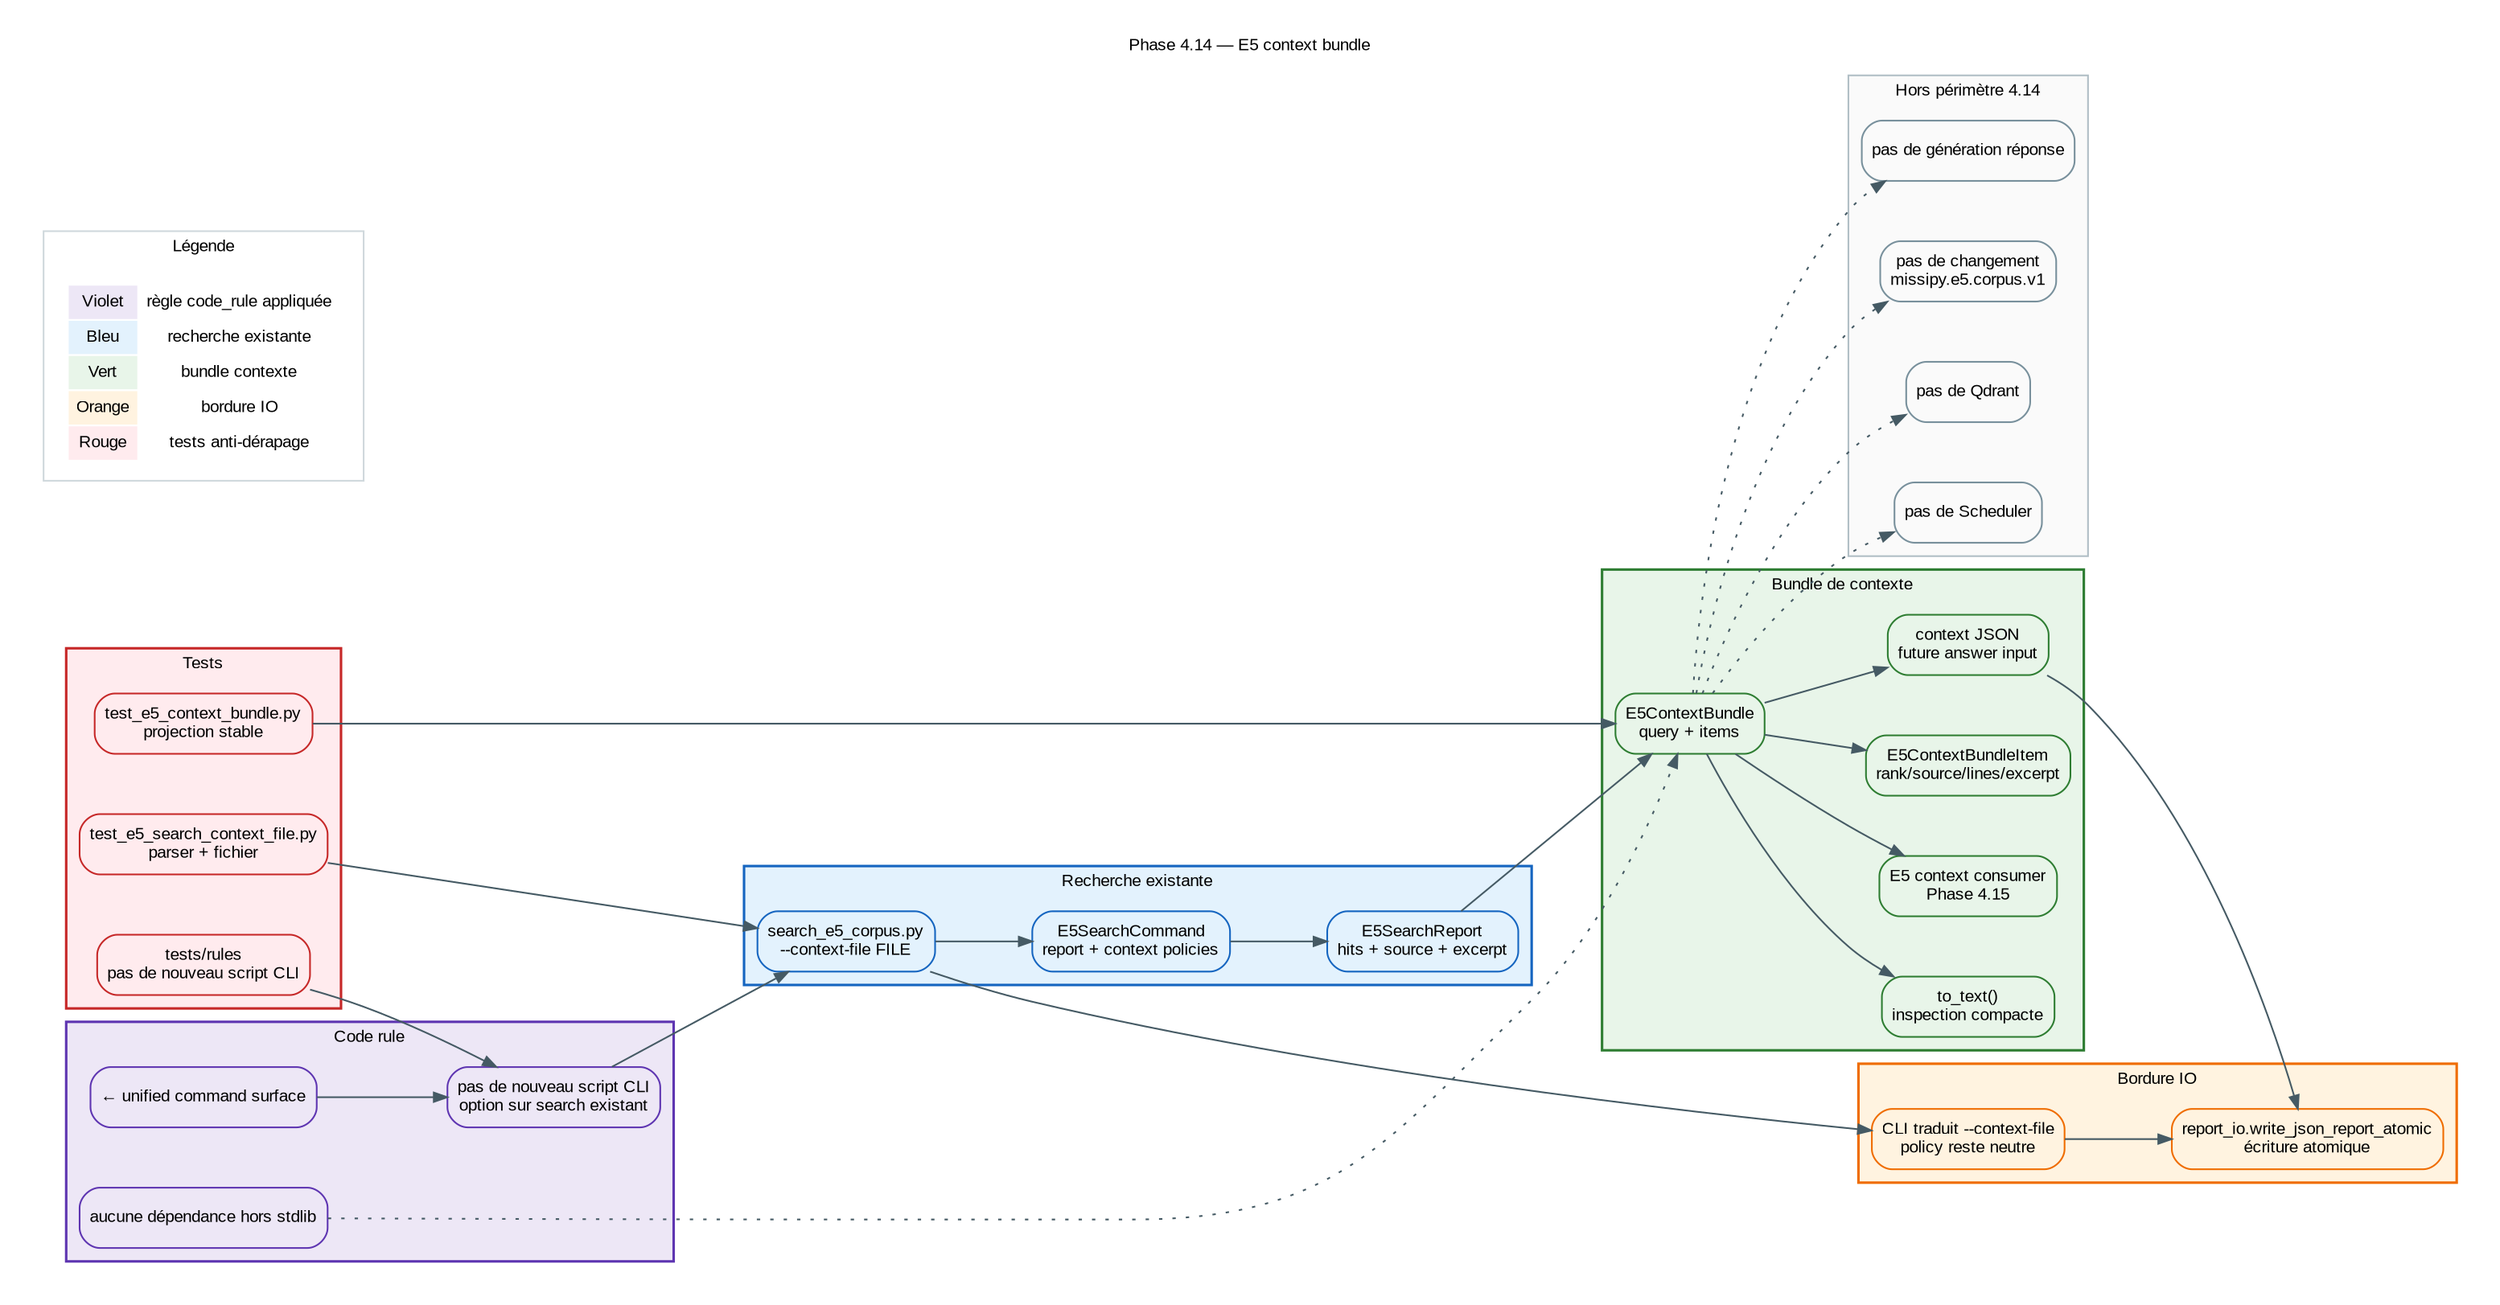
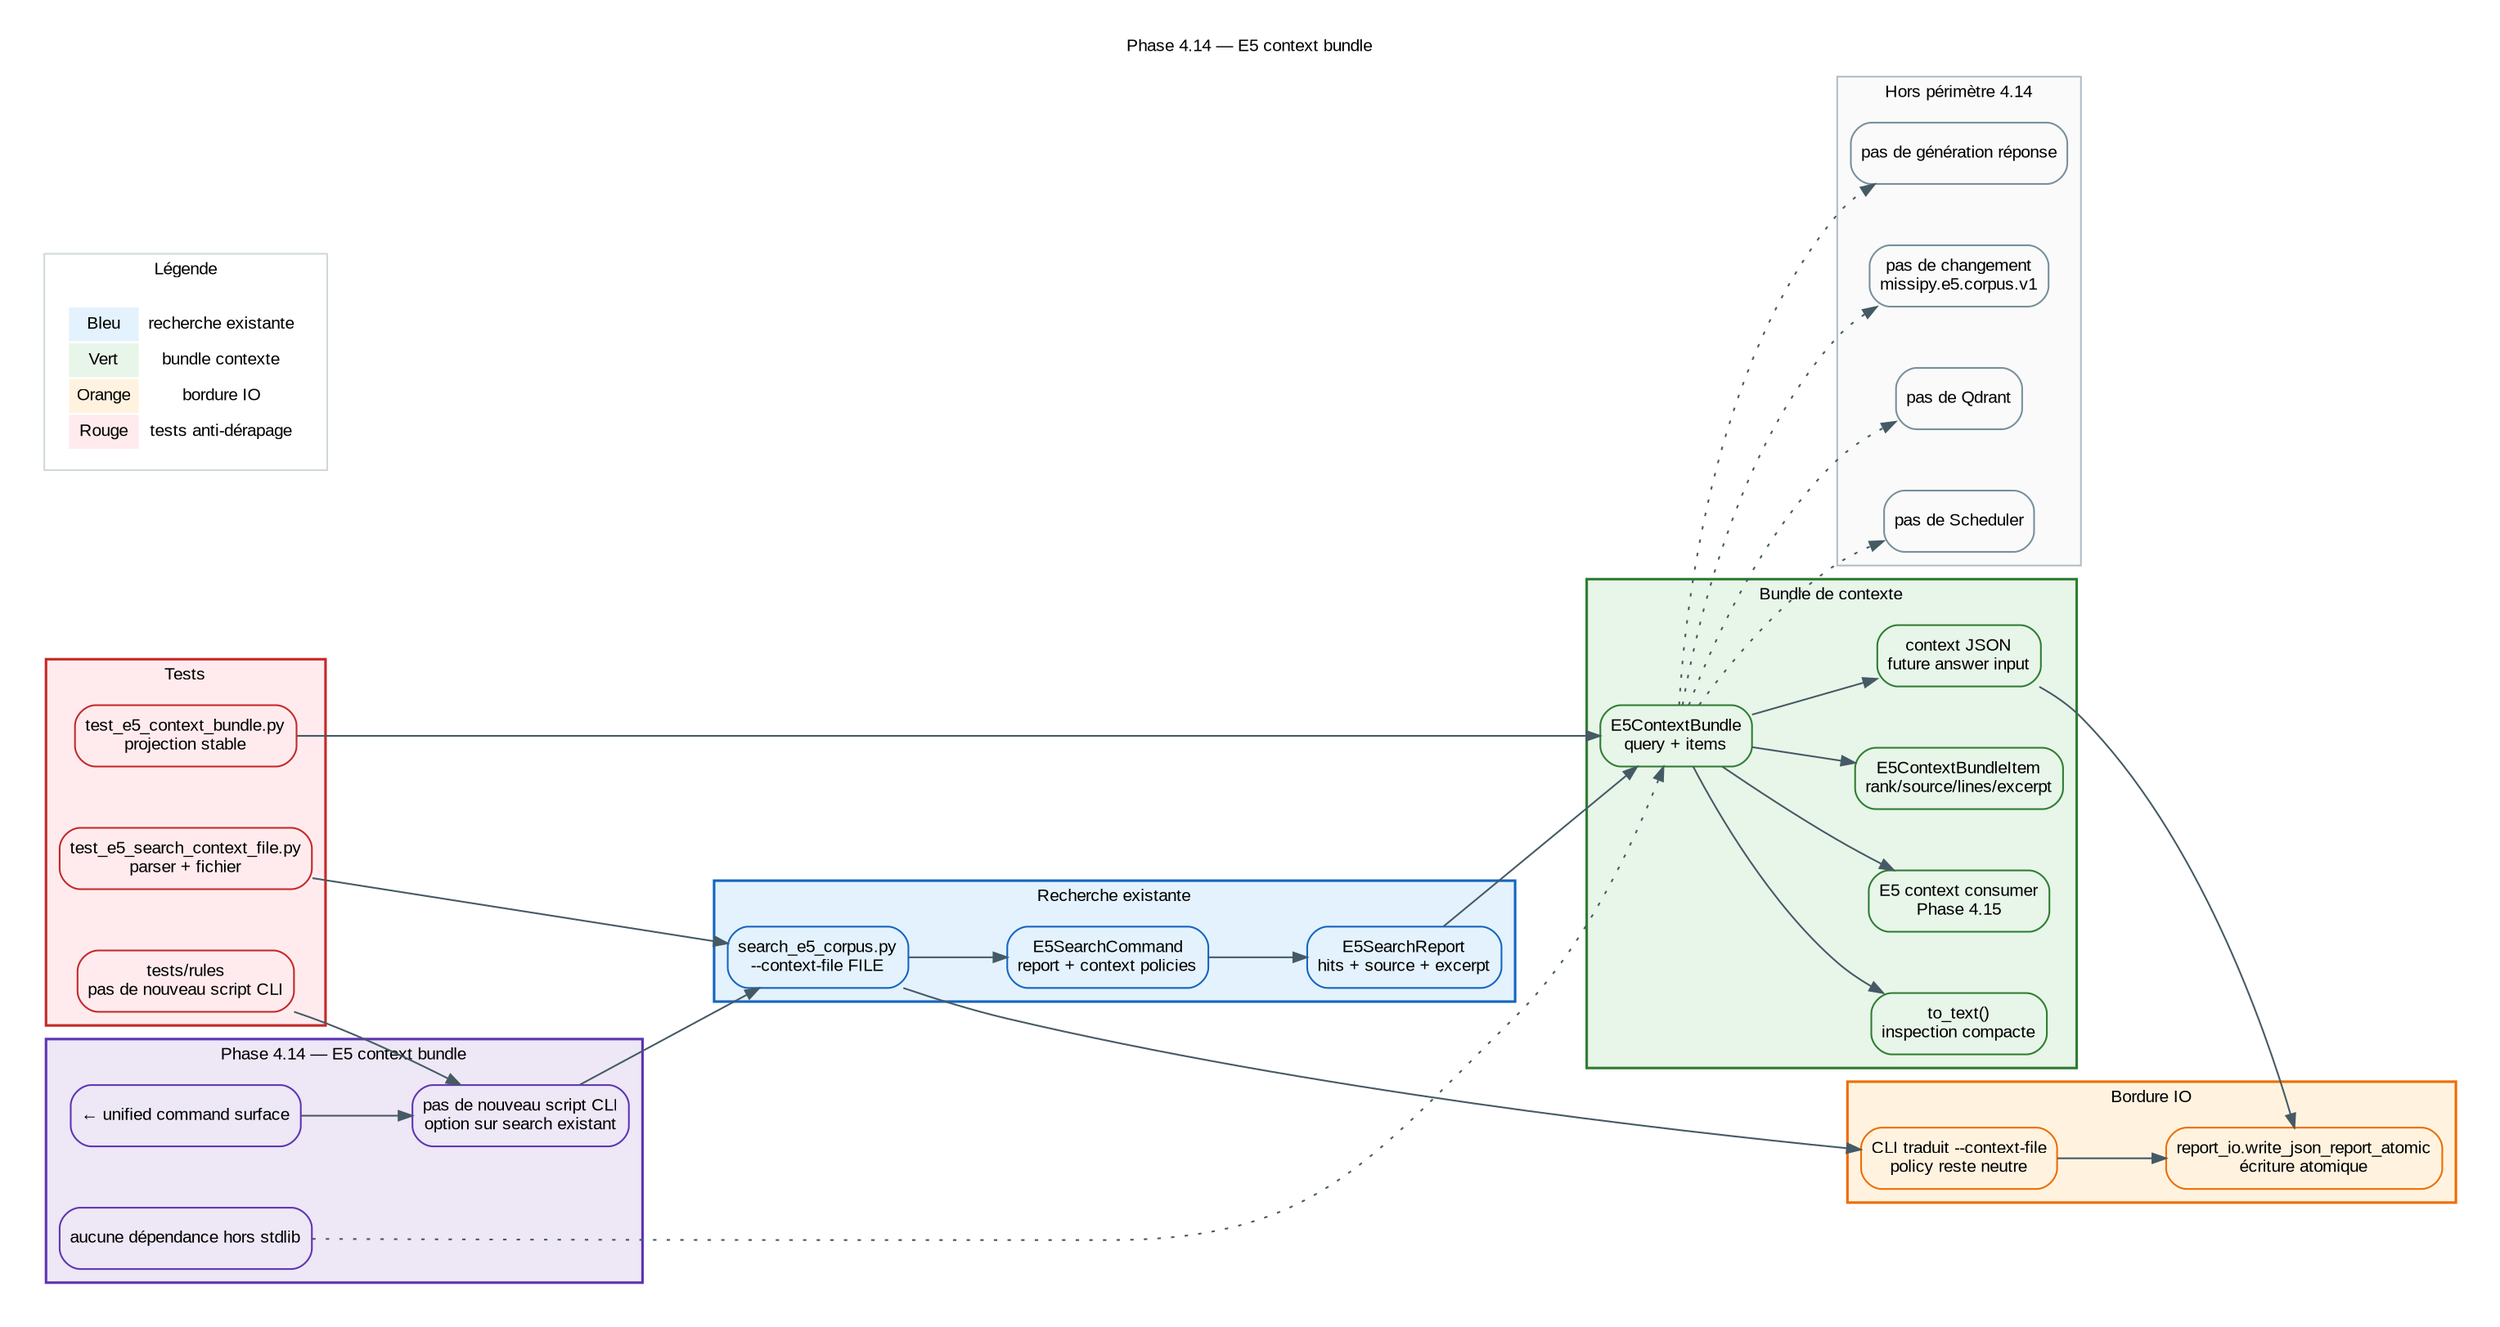
digraph E5ContextBundle {
  // ROADMAP_ID: inference.e5_context_bundle
  // ROADMAP_PARENT: inference/67_e5_unified_command_surface.dot
  // ROADMAP_NOTE[phase4_14]:
  // Produit un bundle de contexte JSON depuis les hits search E5, sans nouveau script CLI et sans backend supplémentaire.

  rankdir=LR;
  graph [
    fontname="Arial",
    fontsize=10,
    labelloc="t",
    label="Phase 4.14 — E5 context bundle",
    bgcolor="white",
    pad=0.25,
    nodesep=0.5,
    ranksep=0.8
  ];
  node [shape=box, style="filled,rounded", fontname="Arial", fontsize=10, margin="0.09,0.06"];
  edge [fontname="Arial", fontsize=9, color="#455a64", arrowsize=0.8];

  subgraph cluster_rule {
-     label="Code rule";
    color="#5e35b1";
    bgcolor="#ede7f6";
    penwidth=1.5;
    node [fillcolor="#ede7f6", color="#5e35b1"];
    Parent [label="← unified command surface", URL="67_e5_unified_command_surface.svg"];
    NoNewScript [label="pas de nouveau script CLI\noption sur search existant"];
    NoDeps [label="aucune dépendance hors stdlib"];
  }

  subgraph cluster_search {
    label="Recherche existante";
    color="#1565c0";
    bgcolor="#e3f2fd";
    penwidth=1.5;
    node [fillcolor="#e3f2fd", color="#1565c0"];
    SearchCli [label="search_e5_corpus.py\n--context-file FILE", URL="65_e5_search_report_file.svg"];
    SearchCommand [label="E5SearchCommand\nreport + context policies"];
    SearchReport [label="E5SearchReport\nhits + source + excerpt", URL="52_e5_search_report.svg"];
  }

  subgraph cluster_context {
    label="Bundle de contexte";
    color="#2e7d32";
    bgcolor="#e8f5e9";
    penwidth=1.5;
    node [fillcolor="#e8f5e9", color="#2e7d32"];
    Bundle [label="E5ContextBundle\nquery + items"];
    Item [label="E5ContextBundleItem\nrank/source/lines/excerpt"];
    Json [label="context JSON\nfuture answer input"];
    Text [label="to_text()\ninspection compacte"];
    Consumer [label="E5 context consumer\nPhase 4.15", URL="69_e5_context_consumer.svg"];
  }

  subgraph cluster_io {
    label="Bordure IO";
    color="#ef6c00";
    bgcolor="#fff3e0";
    penwidth=1.5;
    node [fillcolor="#fff3e0", color="#ef6c00"];
    ReportIO [label="report_io.write_json_report_atomic\nécriture atomique"];
    Boundary [label="CLI traduit --context-file\npolicy reste neutre"];
  }

  subgraph cluster_tests {
    label="Tests";
    color="#c62828";
    bgcolor="#ffebee";
    penwidth=1.5;
    node [fillcolor="#ffebee", color="#c62828"];
    ContextTests [label="test_e5_context_bundle.py\nprojection stable"];
    CliTests [label="test_e5_search_context_file.py\nparser + fichier"];
    RuleTests [label="tests/rules\npas de nouveau script CLI"];
  }

  Parent -> NoNewScript;
  NoNewScript -> SearchCli;
  NoDeps -> Bundle [style=dotted];
  SearchCli -> SearchCommand;
  SearchCommand -> SearchReport;
  SearchReport -> Bundle;
  Bundle -> Item;
  Bundle -> Json;
  Bundle -> Text;
  Bundle -> Consumer;
  Json -> ReportIO;
  Boundary -> ReportIO;
  SearchCli -> Boundary;

  ContextTests -> Bundle;
  CliTests -> SearchCli;
  RuleTests -> NoNewScript;

  subgraph cluster_scope {
    label="Hors périmètre 4.14";
    color="#b0bec5";
    bgcolor="#fafafa";
    node [fillcolor="#fafafa", color="#78909c"];
    NoQdrant [label="pas de Qdrant"];
    NoScheduler [label="pas de Scheduler"];
    NoLlm [label="pas de génération réponse"];
    NoSchema [label="pas de changement\nmissipy.e5.corpus.v1"];
  }

  Bundle -> NoQdrant [style=dotted];
  Bundle -> NoScheduler [style=dotted];
  Bundle -> NoLlm [style=dotted];
  Bundle -> NoSchema [style=dotted];

  subgraph cluster_legend {
    label="Légende";
    color="#cfd8dc";
    bgcolor="#ffffff";
    penwidth=1.0;
    node [shape=plaintext, fillcolor="#ffffff", color="#ffffff"];
    Legend [label=<
      <TABLE BORDER="0" CELLBORDER="1" CELLSPACING="0" CELLPADDING="4">
-         <TR><TD BGCOLOR="#ede7f6">Violet</TD><TD>règle code_rule appliquée</TD></TR>
        <TR><TD BGCOLOR="#e3f2fd">Bleu</TD><TD>recherche existante</TD></TR>
        <TR><TD BGCOLOR="#e8f5e9">Vert</TD><TD>bundle contexte</TD></TR>
        <TR><TD BGCOLOR="#fff3e0">Orange</TD><TD>bordure IO</TD></TR>
        <TR><TD BGCOLOR="#ffebee">Rouge</TD><TD>tests anti-dérapage</TD></TR>
      </TABLE>
    >];
  }

  // HTML_DETAIL[phase4_14]:
  // title: E5 context bundle
  // summary: search peut écrire un bundle JSON de contexte directement exploitable par un futur composant réponse.
  // technical: E5ContextBundle est dérivé de E5SearchReport ; l'écriture reste centralisée dans report_io ; aucun nouveau script CLI n'est ajouté. Phase 4.15 ajoute un consommateur pur via 69_e5_context_consumer.dot.
  // ui_hint: Afficher les items comme un contexte ordonné avec source, lignes, score et extrait.
}
